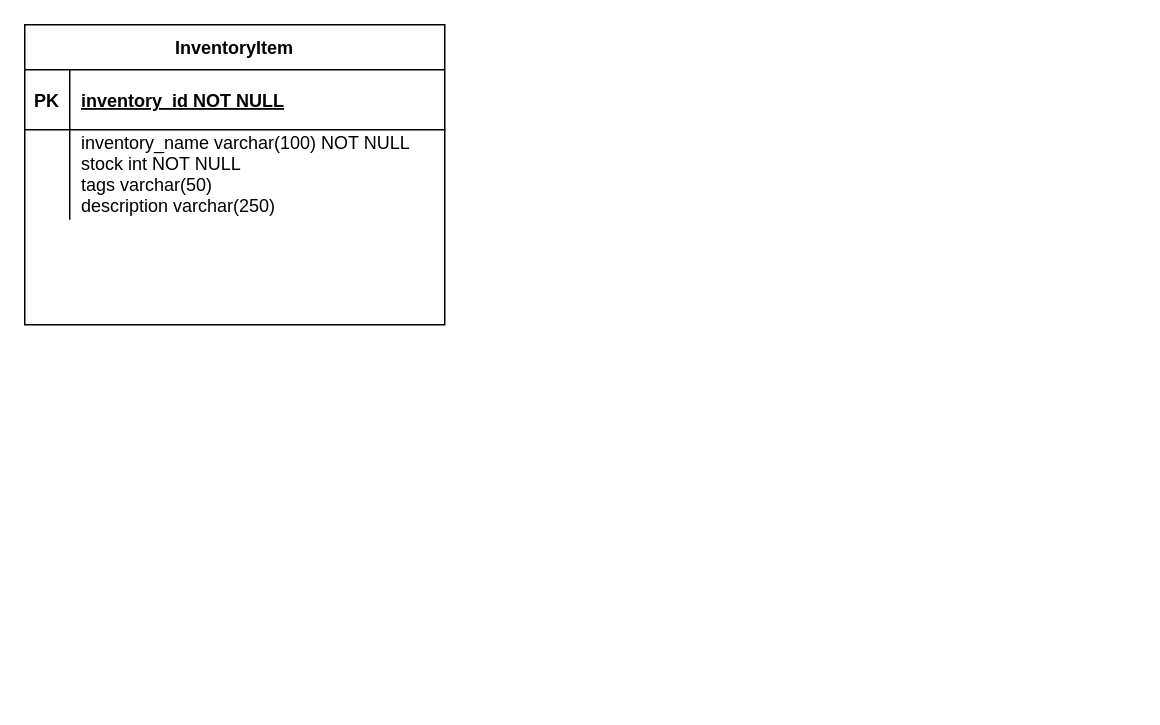
Before: InventoryModel.drawio in tjjay17/InventorySystem, a draw.io diagram. Source tidied: cells renumbered, new cells numbered last; positions are measured from the earlier drawing's top-left corner, leaving out a move shared by most shapes. Both pictures are drawn from the tidied source at 150%, with x=0, y=0 at pixel (24, 24).
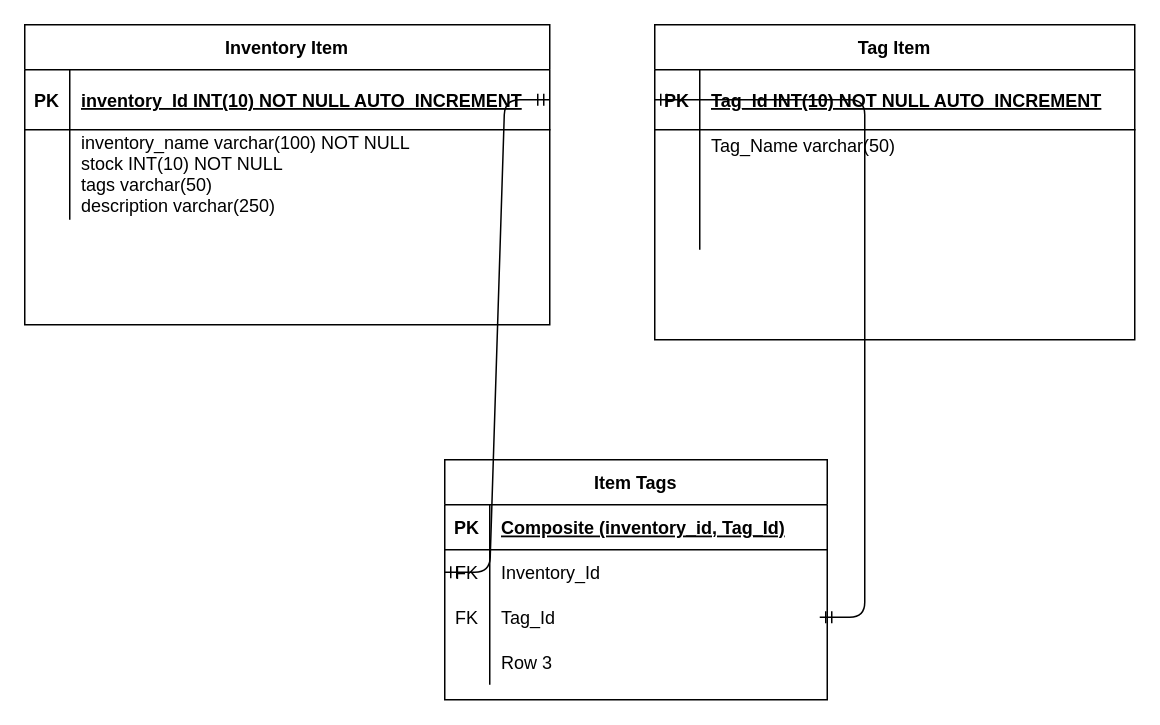
After the change.

What changed in the source:
```diff
@@
-    <mxCell id="2" value="InventoryItem" style="shape=table;startSize=30;childLayout=tableLayout;rowLines=0;fontStyle=1;align=center;" parent="1" vertex="1">
-      <mxGeometry width="280" height="200" as="geometry" />
+    <mxCell id="2" value="Inventory Item" style="shape=table;startSize=30;childLayout=tableLayout;rowLines=0;fontStyle=1;align=center;" parent="1" vertex="1">
+      <mxGeometry width="350" height="200" as="geometry" />
     </mxCell>
     <mxCell id="3" style="shape=partialRectangle;fillColor=none;points=[[0,0.5],[1,0.5]];portConstraint=eastwest;top=0;left=0;right=0;bottom=1;" parent="2" vertex="1">
-      <mxGeometry y="30" width="280" height="40" as="geometry" />
+      <mxGeometry y="30" width="350" height="40" as="geometry" />
     </mxCell>
@@
-    <mxCell id="5" value="inventory_id NOT NULL " style="shape=partialRectangle;overflow=hidden;fillColor=none;top=0;left=0;bottom=0;right=0;align=left;spacingLeft=6;fontStyle=5;" parent="3" vertex="1">
-      <mxGeometry x="30" width="250" height="40" as="geometry" />
+    <mxCell id="5" value="inventory_Id INT(10) NOT NULL AUTO_INCREMENT" style="shape=partialRectangle;overflow=hidden;fillColor=none;top=0;left=0;bottom=0;right=0;align=left;spacingLeft=6;fontStyle=5;" parent="3" vertex="1">
+      <mxGeometry x="30" width="320" height="40" as="geometry" />
     </mxCell>
     <mxCell id="6" style="shape=partialRectangle;fillColor=none;top=0;left=0;right=0;bottom=0;" parent="2" vertex="1">
-      <mxGeometry y="70" width="280" height="60" as="geometry" />
+      <mxGeometry y="70" width="350" height="60" as="geometry" />
     </mxCell>
@@
-    <mxCell id="8" value="inventory_name varchar(100) NOT NULL&#10;stock int NOT NULL&#10;tags varchar(50)&#10;description varchar(250)&#10;" style="shape=partialRectangle;overflow=hidden;fillColor=none;top=0;left=0;bottom=0;right=0;align=left;spacingLeft=6;" parent="6" vertex="1">
-      <mxGeometry x="30" width="250" height="60" as="geometry" />
+    <mxCell id="8" value="inventory_name varchar(100) NOT NULL&#10;stock INT(10) NOT NULL&#10;tags varchar(50)&#10;description varchar(250)&#10;" style="shape=partialRectangle;overflow=hidden;fillColor=none;top=0;left=0;bottom=0;right=0;align=left;spacingLeft=6;" parent="6" vertex="1">
+      <mxGeometry x="30" width="320" height="60" as="geometry" />
     </mxCell>
+    <mxCell id="9" value="Tag Item" style="shape=table;startSize=30;childLayout=tableLayout;rowLines=0;fontStyle=1;align=center;" parent="1" vertex="1">
+      <mxGeometry x="420" width="320" height="210" as="geometry" />
+    </mxCell>
+    <mxCell id="10" style="shape=partialRectangle;fillColor=none;top=0;left=0;bottom=1;right=0;points=[[0,0.5],[1,0.5]];portConstraint=eastwest;" parent="9" vertex="1">
+      <mxGeometry y="30" width="320" height="40" as="geometry" />
+    </mxCell>
+    <mxCell id="11" value="PK" style="shape=partialRectangle;fillColor=none;top=0;left=0;bottom=0;right=0;fontStyle=1;overflow=hidden;" parent="10" vertex="1">
+      <mxGeometry width="30" height="40" as="geometry" />
+    </mxCell>
+    <mxCell id="12" value="Tag_Id INT(10) NOT NULL AUTO_INCREMENT" style="shape=partialRectangle;fillColor=none;top=0;left=0;bottom=0;right=0;align=left;spacingLeft=6;fontStyle=5;overflow=hidden;" parent="10" vertex="1">
+      <mxGeometry x="30" width="290" height="40" as="geometry" />
+    </mxCell>
+    <mxCell id="13" style="shape=partialRectangle;fillColor=none;top=0;left=0;bottom=0;right=0;" parent="9" vertex="1">
+      <mxGeometry y="70" width="320" height="20" as="geometry" />
+    </mxCell>
+    <mxCell id="14" style="shape=partialRectangle;fillColor=none;top=0;left=0;bottom=0;right=0;overflow=hidden;" parent="13" vertex="1">
+      <mxGeometry width="30" height="20" as="geometry" />
+    </mxCell>
+    <mxCell id="15" value="Tag_Name varchar(50)" style="shape=partialRectangle;fillColor=none;top=0;left=0;bottom=0;right=0;align=left;spacingLeft=6;overflow=hidden;" parent="13" vertex="1">
+      <mxGeometry x="30" width="290" height="20" as="geometry" />
+    </mxCell>
+    <mxCell id="16" style="shape=partialRectangle;fillColor=none;top=0;left=0;bottom=0;right=0;" parent="9" vertex="1">
+      <mxGeometry y="90" width="320" height="30" as="geometry" />
+    </mxCell>
+    <mxCell id="17" style="shape=partialRectangle;fillColor=none;top=0;left=0;bottom=0;right=0;overflow=hidden;" parent="16" vertex="1">
+      <mxGeometry width="30" height="30" as="geometry" />
+    </mxCell>
+    <mxCell id="18" style="shape=partialRectangle;fillColor=none;top=0;left=0;bottom=0;right=0;align=left;spacingLeft=6;overflow=hidden;" parent="16" vertex="1">
+      <mxGeometry x="30" width="290" height="30" as="geometry" />
+    </mxCell>
+    <mxCell id="19" style="shape=partialRectangle;fillColor=none;top=0;left=0;bottom=0;right=0;" parent="9" vertex="1">
+      <mxGeometry y="120" width="320" height="30" as="geometry" />
+    </mxCell>
+    <mxCell id="20" style="shape=partialRectangle;fillColor=none;top=0;left=0;bottom=0;right=0;overflow=hidden;" parent="19" vertex="1">
+      <mxGeometry width="30" height="30" as="geometry" />
+    </mxCell>
+    <mxCell id="21" style="shape=partialRectangle;fillColor=none;top=0;left=0;bottom=0;right=0;align=left;spacingLeft=6;overflow=hidden;" parent="19" vertex="1">
+      <mxGeometry x="30" width="290" height="30" as="geometry" />
+    </mxCell>
+    <mxCell id="22" value="Item Tags" style="shape=table;startSize=30;childLayout=tableLayout;rowLines=0;fontStyle=1;align=center;" parent="1" vertex="1">
+      <mxGeometry x="280" y="290" width="255" height="160" as="geometry" />
+    </mxCell>
+    <mxCell id="23" style="shape=partialRectangle;fillColor=none;top=0;left=0;bottom=1;right=0;" parent="22" vertex="1">
+      <mxGeometry y="30" width="255" height="30" as="geometry" />
+    </mxCell>
+    <mxCell id="24" value="PK" style="shape=partialRectangle;fillColor=none;top=0;left=0;bottom=0;right=0;fontStyle=1;overflow=hidden;" parent="23" vertex="1">
+      <mxGeometry width="30" height="30" as="geometry" />
+    </mxCell>
+    <mxCell id="25" value="Composite (inventory_id, Tag_Id)" style="shape=partialRectangle;fillColor=none;top=0;left=0;bottom=0;right=0;align=left;spacingLeft=6;fontStyle=5;overflow=hidden;" parent="23" vertex="1">
+      <mxGeometry x="30" width="225" height="30" as="geometry" />
+    </mxCell>
+    <mxCell id="26" style="shape=partialRectangle;fillColor=none;top=0;left=0;bottom=0;right=0;points=[[0,0.5],[1,0.5]];portConstraint=eastwest;" parent="22" vertex="1">
+      <mxGeometry y="60" width="255" height="30" as="geometry" />
+    </mxCell>
+    <mxCell id="27" value="FK" style="shape=partialRectangle;fillColor=none;top=0;left=0;bottom=0;right=0;overflow=hidden;" parent="26" vertex="1">
+      <mxGeometry width="30" height="30" as="geometry" />
+    </mxCell>
+    <mxCell id="28" value="Inventory_Id    " style="shape=partialRectangle;fillColor=none;top=0;left=0;bottom=0;right=0;align=left;spacingLeft=6;overflow=hidden;" parent="26" vertex="1">
+      <mxGeometry x="30" width="225" height="30" as="geometry" />
+    </mxCell>
+    <mxCell id="29" style="shape=partialRectangle;fillColor=none;top=0;left=0;bottom=0;right=0;" parent="22" vertex="1">
+      <mxGeometry y="90" width="255" height="30" as="geometry" />
+    </mxCell>
+    <mxCell id="30" value="FK" style="shape=partialRectangle;fillColor=none;top=0;left=0;bottom=0;right=0;overflow=hidden;" parent="29" vertex="1">
+      <mxGeometry width="30" height="30" as="geometry" />
+    </mxCell>
+    <mxCell id="31" value="Tag_Id" style="shape=partialRectangle;fillColor=none;top=0;left=0;bottom=0;right=0;align=left;spacingLeft=6;overflow=hidden;" parent="29" vertex="1">
+      <mxGeometry x="30" width="225" height="30" as="geometry" />
+    </mxCell>
+    <mxCell id="32" style="shape=partialRectangle;fillColor=none;top=0;left=0;bottom=0;right=0;" parent="22" vertex="1">
+      <mxGeometry y="120" width="255" height="30" as="geometry" />
+    </mxCell>
+    <mxCell id="33" style="shape=partialRectangle;fillColor=none;top=0;left=0;bottom=0;right=0;overflow=hidden;" parent="32" vertex="1">
+      <mxGeometry width="30" height="30" as="geometry" />
+    </mxCell>
+    <mxCell id="34" value="Row 3" style="shape=partialRectangle;fillColor=none;top=0;left=0;bottom=0;right=0;align=left;spacingLeft=6;overflow=hidden;" parent="32" vertex="1">
+      <mxGeometry x="30" width="225" height="30" as="geometry" />
+    </mxCell>
+    <mxCell id="35" style="edgeStyle=entityRelationEdgeStyle;fontSize=12;html=1;endArrow=ERmandOne;startArrow=ERmandOne;exitX=1;exitY=0.5;exitDx=0;exitDy=0;entryX=0;entryY=0.5;entryDx=0;entryDy=0;" parent="1" edge="1" source="3" target="26">
+      <mxGeometry relative="1" as="geometry" />
+    </mxCell>
+    <mxCell id="36" style="edgeStyle=entityRelationEdgeStyle;fontSize=12;html=1;endArrow=ERmandOne;startArrow=ERmandOne;entryX=0;entryY=0.5;entryDx=0;entryDy=0;" parent="1" edge="1" target="10">
+      <mxGeometry relative="1" as="geometry">
+        <mxPoint x="530" y="395" as="sourcePoint" />
+      </mxGeometry>
+    </mxCell>
```
